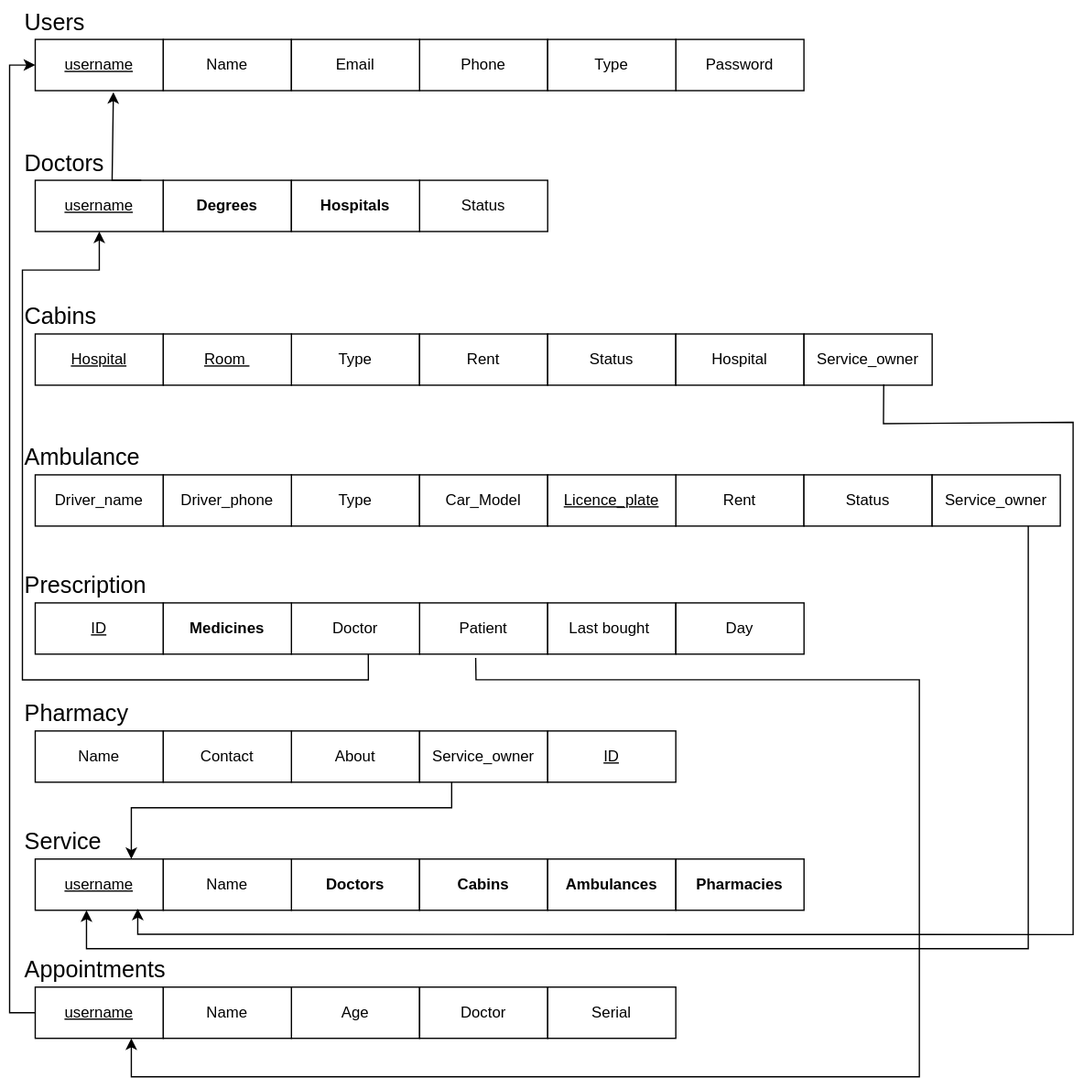
The draw.io diagram Medical Service Shema.drawio.svg in asiradnan/drawio, before a commit. Source tidied: cells renumbered, new cells last; positions are measured from the earlier drawing's top-left corner, leaving out a move shared by most shapes. Its diagram source:
```xml
<mxGraphModel>
  <root>
    <mxCell id="0" />
    <mxCell id="1" parent="0" />
    <mxCell id="2" value="&lt;font style=&quot;font-size: 18px;&quot;&gt;Users&lt;/font&gt;" style="text;whiteSpace=wrap;html=1;" parent="1" vertex="1">
      <mxGeometry x="10" width="60" height="40" as="geometry" />
    </mxCell>
    <mxCell id="3" value="&lt;u style=&quot;border-color: var(--border-color);&quot;&gt;username&lt;/u&gt;" style="whiteSpace=wrap;html=1;align=center;" parent="1" vertex="1">
      <mxGeometry x="20" y="30" width="100" height="40" as="geometry" />
    </mxCell>
    <mxCell id="4" value="Phone" style="whiteSpace=wrap;html=1;align=center;" parent="1" vertex="1">
      <mxGeometry x="319.9" y="30" width="100" height="40" as="geometry" />
    </mxCell>
    <mxCell id="5" value="Name" style="whiteSpace=wrap;html=1;align=center;" parent="1" vertex="1">
      <mxGeometry x="119.9" y="30" width="100" height="40" as="geometry" />
    </mxCell>
    <mxCell id="6" value="Password" style="whiteSpace=wrap;html=1;align=center;" parent="1" vertex="1">
      <mxGeometry x="519.9" y="30" width="100" height="40" as="geometry" />
    </mxCell>
    <mxCell id="7" value="Type" style="whiteSpace=wrap;html=1;align=center;" parent="1" vertex="1">
      <mxGeometry x="419.9" y="30" width="100" height="40" as="geometry" />
    </mxCell>
    <mxCell id="8" value="Email" style="whiteSpace=wrap;html=1;align=center;" parent="1" vertex="1">
      <mxGeometry x="219.9" y="30" width="100" height="40" as="geometry" />
    </mxCell>
    <mxCell id="9" value="&lt;font style=&quot;font-size: 18px;&quot;&gt;Doctors&lt;/font&gt;" style="text;whiteSpace=wrap;html=1;" parent="1" vertex="1">
      <mxGeometry x="10" y="110" width="60" height="40" as="geometry" />
    </mxCell>
    <mxCell id="10" value="&lt;u style=&quot;border-color: var(--border-color);&quot;&gt;username&lt;/u&gt;" style="whiteSpace=wrap;html=1;align=center;" parent="1" vertex="1">
      <mxGeometry x="20" y="140" width="100" height="40" as="geometry" />
    </mxCell>
    <mxCell id="11" value="Status" style="whiteSpace=wrap;html=1;align=center;" parent="1" vertex="1">
      <mxGeometry x="319.9" y="140" width="100" height="40" as="geometry" />
    </mxCell>
    <mxCell id="12" value="&lt;b&gt;Degrees&lt;/b&gt;" style="whiteSpace=wrap;html=1;align=center;" parent="1" vertex="1">
      <mxGeometry x="119.9" y="140" width="100" height="40" as="geometry" />
    </mxCell>
    <mxCell id="13" value="&lt;b&gt;Hospitals&lt;/b&gt;" style="whiteSpace=wrap;html=1;align=center;" parent="1" vertex="1">
      <mxGeometry x="219.9" y="140" width="100" height="40" as="geometry" />
    </mxCell>
    <mxCell id="14" value="&lt;span style=&quot;font-size: 18px;&quot;&gt;Cabins&lt;/span&gt;" style="text;whiteSpace=wrap;html=1;" parent="1" vertex="1">
      <mxGeometry x="10" y="230" width="60" height="40" as="geometry" />
    </mxCell>
    <mxCell id="15" value="&lt;u&gt;Hospital&lt;/u&gt;" style="whiteSpace=wrap;html=1;align=center;" parent="1" vertex="1">
      <mxGeometry x="20" y="260" width="100" height="40" as="geometry" />
    </mxCell>
    <mxCell id="16" value="Type" style="whiteSpace=wrap;html=1;align=center;" parent="1" vertex="1">
      <mxGeometry x="219.9" y="260" width="100" height="40" as="geometry" />
    </mxCell>
    <mxCell id="17" value="&lt;u&gt;Room&amp;nbsp;&lt;/u&gt;" style="whiteSpace=wrap;html=1;align=center;" parent="1" vertex="1">
      <mxGeometry x="119.9" y="260" width="100" height="40" as="geometry" />
    </mxCell>
    <mxCell id="18" value="Rent" style="whiteSpace=wrap;html=1;align=center;" parent="1" vertex="1">
      <mxGeometry x="319.9" y="260" width="100" height="40" as="geometry" />
    </mxCell>
    <mxCell id="19" value="Status" style="whiteSpace=wrap;html=1;align=center;" parent="1" vertex="1">
      <mxGeometry x="419.9" y="260" width="100" height="40" as="geometry" />
    </mxCell>
    <mxCell id="20" value="&lt;span style=&quot;font-size: 18px;&quot;&gt;Ambulance&lt;/span&gt;" style="text;whiteSpace=wrap;html=1;" parent="1" vertex="1">
      <mxGeometry x="10" y="340" width="60" height="40" as="geometry" />
    </mxCell>
    <mxCell id="21" value="Driver_name" style="whiteSpace=wrap;html=1;align=center;" parent="1" vertex="1">
      <mxGeometry x="20" y="370" width="100" height="40" as="geometry" />
    </mxCell>
    <mxCell id="22" value="Type" style="whiteSpace=wrap;html=1;align=center;" parent="1" vertex="1">
      <mxGeometry x="219.9" y="370" width="100" height="40" as="geometry" />
    </mxCell>
    <mxCell id="23" value="Driver_phone" style="whiteSpace=wrap;html=1;align=center;" parent="1" vertex="1">
      <mxGeometry x="119.9" y="370" width="100" height="40" as="geometry" />
    </mxCell>
    <mxCell id="24" value="Rent" style="whiteSpace=wrap;html=1;align=center;" parent="1" vertex="1">
      <mxGeometry x="519.9" y="370" width="100" height="40" as="geometry" />
    </mxCell>
    <mxCell id="25" value="Status" style="whiteSpace=wrap;html=1;align=center;" parent="1" vertex="1">
      <mxGeometry x="619.9" y="370" width="100" height="40" as="geometry" />
    </mxCell>
    <mxCell id="26" value="Car_Model" style="whiteSpace=wrap;html=1;align=center;" parent="1" vertex="1">
      <mxGeometry x="319.9" y="370" width="100" height="40" as="geometry" />
    </mxCell>
    <mxCell id="27" value="&lt;span style=&quot;font-size: 18px;&quot;&gt;Prescription&lt;/span&gt;" style="text;whiteSpace=wrap;html=1;" parent="1" vertex="1">
      <mxGeometry x="10" y="440" width="60" height="40" as="geometry" />
    </mxCell>
    <mxCell id="28" value="&lt;u&gt;ID&lt;/u&gt;" style="whiteSpace=wrap;html=1;align=center;" parent="1" vertex="1">
      <mxGeometry x="20" y="470" width="100" height="40" as="geometry" />
    </mxCell>
    <mxCell id="29" value="&lt;u&gt;Licence_plate&lt;/u&gt;" style="whiteSpace=wrap;html=1;align=center;" parent="1" vertex="1">
      <mxGeometry x="419.9" y="370" width="100" height="40" as="geometry" />
    </mxCell>
    <mxCell id="30" value="Patient" style="whiteSpace=wrap;html=1;align=center;" parent="1" vertex="1">
      <mxGeometry x="319.9" y="470" width="100" height="40" as="geometry" />
    </mxCell>
    <mxCell id="31" value="Doctor" style="whiteSpace=wrap;html=1;align=center;" parent="1" vertex="1">
      <mxGeometry x="219.9" y="470" width="100" height="40" as="geometry" />
    </mxCell>
    <mxCell id="32" value="Last bought&amp;nbsp;" style="whiteSpace=wrap;html=1;align=center;" parent="1" vertex="1">
      <mxGeometry x="419.9" y="470" width="100" height="40" as="geometry" />
    </mxCell>
    <mxCell id="33" value="Day" style="whiteSpace=wrap;html=1;align=center;" parent="1" vertex="1">
      <mxGeometry x="520" y="470" width="100" height="40" as="geometry" />
    </mxCell>
    <mxCell id="34" value="&lt;b&gt;Medicines&lt;/b&gt;" style="whiteSpace=wrap;html=1;align=center;" parent="1" vertex="1">
      <mxGeometry x="119.9" y="470" width="100" height="40" as="geometry" />
    </mxCell>
    <mxCell id="35" value="&lt;span style=&quot;font-size: 18px;&quot;&gt;Pharmacy&lt;/span&gt;" style="text;whiteSpace=wrap;html=1;" parent="1" vertex="1">
      <mxGeometry x="10" y="540" width="60" height="40" as="geometry" />
    </mxCell>
    <mxCell id="36" value="Name" style="whiteSpace=wrap;html=1;align=center;" parent="1" vertex="1">
      <mxGeometry x="20" y="570" width="100" height="40" as="geometry" />
    </mxCell>
    <mxCell id="37" value="About" style="whiteSpace=wrap;html=1;align=center;" parent="1" vertex="1">
      <mxGeometry x="219.9" y="570" width="100" height="40" as="geometry" />
    </mxCell>
    <mxCell id="38" value="Contact" style="whiteSpace=wrap;html=1;align=center;" parent="1" vertex="1">
      <mxGeometry x="119.9" y="570" width="100" height="40" as="geometry" />
    </mxCell>
    <mxCell id="39" value="&lt;span style=&quot;font-size: 18px;&quot;&gt;Service&lt;/span&gt;" style="text;whiteSpace=wrap;html=1;" parent="1" vertex="1">
      <mxGeometry x="10" y="640" width="60" height="40" as="geometry" />
    </mxCell>
    <mxCell id="40" value="&lt;u&gt;username&lt;/u&gt;" style="whiteSpace=wrap;html=1;align=center;" parent="1" vertex="1">
      <mxGeometry x="20" y="670" width="100" height="40" as="geometry" />
    </mxCell>
    <mxCell id="41" value="&lt;b&gt;Doctors&lt;/b&gt;" style="whiteSpace=wrap;html=1;align=center;" parent="1" vertex="1">
      <mxGeometry x="219.9" y="670" width="100" height="40" as="geometry" />
    </mxCell>
    <mxCell id="42" value="Name" style="whiteSpace=wrap;html=1;align=center;" parent="1" vertex="1">
      <mxGeometry x="119.9" y="670" width="100" height="40" as="geometry" />
    </mxCell>
    <mxCell id="43" value="&lt;b&gt;Cabins&lt;/b&gt;" style="whiteSpace=wrap;html=1;align=center;" parent="1" vertex="1">
      <mxGeometry x="319.9" y="670" width="100" height="40" as="geometry" />
    </mxCell>
    <mxCell id="44" value="&lt;b&gt;Ambulances&lt;/b&gt;" style="whiteSpace=wrap;html=1;align=center;" parent="1" vertex="1">
      <mxGeometry x="419.9" y="670" width="100" height="40" as="geometry" />
    </mxCell>
    <mxCell id="45" value="&lt;b&gt;Pharmacies&lt;/b&gt;" style="whiteSpace=wrap;html=1;align=center;" parent="1" vertex="1">
      <mxGeometry x="520" y="670" width="100" height="40" as="geometry" />
    </mxCell>
    <mxCell id="46" value="Hospital" style="whiteSpace=wrap;html=1;align=center;" parent="1" vertex="1">
      <mxGeometry x="519.9" y="260" width="100" height="40" as="geometry" />
    </mxCell>
    <mxCell id="47" value="Service_owner" style="whiteSpace=wrap;html=1;align=center;" parent="1" vertex="1">
      <mxGeometry x="620" y="260" width="100" height="40" as="geometry" />
    </mxCell>
    <mxCell id="48" value="Service_owner" style="whiteSpace=wrap;html=1;align=center;" parent="1" vertex="1">
      <mxGeometry x="720" y="370" width="100" height="40" as="geometry" />
    </mxCell>
    <mxCell id="49" value="Service_owner" style="whiteSpace=wrap;html=1;align=center;" parent="1" vertex="1">
      <mxGeometry x="320" y="570" width="100" height="40" as="geometry" />
    </mxCell>
    <mxCell id="50" style="endArrow=classic;html=1;rounded=0;entryX=0.75;entryY=1;entryDx=0;entryDy=0;exitX=0.622;exitY=0.982;exitDx=0;exitDy=0;exitPerimeter=0;" parent="1" edge="1" source="47">
      <mxGeometry relative="1" as="geometry">
        <mxPoint x="100" y="708.8" as="targetPoint" />
        <Array as="points">
          <mxPoint x="682" y="330" />
          <mxPoint x="830" y="329" />
          <mxPoint x="830" y="729" />
          <mxPoint x="100" y="728.8" />
        </Array>
      </mxGeometry>
    </mxCell>
    <mxCell id="51" style="endArrow=classic;html=1;rounded=0;" parent="1" edge="1">
      <mxGeometry relative="1" as="geometry">
        <mxPoint x="795" y="410" as="sourcePoint" />
        <mxPoint x="60" y="710" as="targetPoint" />
        <Array as="points">
          <mxPoint x="795" y="740" />
          <mxPoint x="60" y="740" />
        </Array>
      </mxGeometry>
    </mxCell>
    <mxCell id="52" style="endArrow=classic;html=1;rounded=0;exitX=0.25;exitY=1;exitDx=0;exitDy=0;entryX=0.75;entryY=0;entryDx=0;entryDy=0;" parent="1" edge="1" source="49" target="40">
      <mxGeometry relative="1" as="geometry">
        <Array as="points">
          <mxPoint x="345" y="630" />
          <mxPoint x="95" y="630" />
        </Array>
      </mxGeometry>
    </mxCell>
    <mxCell id="53" style="endArrow=classic;html=1;rounded=0;exitX=0.5;exitY=1;exitDx=0;exitDy=0;" parent="1" edge="1">
      <mxGeometry relative="1" as="geometry">
        <mxPoint x="279.9" y="510.1" as="sourcePoint" />
        <mxPoint x="70" y="180" as="targetPoint" />
        <Array as="points">
          <mxPoint x="280" y="530.1" />
          <mxPoint x="160" y="530.1" />
          <mxPoint x="10" y="530.1" />
          <mxPoint x="10" y="210.1" />
          <mxPoint x="70" y="210.1" />
        </Array>
      </mxGeometry>
    </mxCell>
    <mxCell id="54" value="&lt;u&gt;ID&lt;/u&gt;" style="whiteSpace=wrap;html=1;align=center;" parent="1" vertex="1">
      <mxGeometry x="419.9" y="570" width="100" height="40" as="geometry" />
    </mxCell>
    <mxCell id="55" value="&lt;span style=&quot;font-size: 18px;&quot;&gt;Appointments&lt;/span&gt;" style="text;whiteSpace=wrap;html=1;" parent="1" vertex="1">
      <mxGeometry x="10" y="740" width="60" height="40" as="geometry" />
    </mxCell>
    <mxCell id="56" value="&lt;u&gt;username&lt;/u&gt;" style="whiteSpace=wrap;html=1;align=center;" parent="1" vertex="1">
      <mxGeometry x="20" y="770" width="100" height="40" as="geometry" />
    </mxCell>
    <mxCell id="57" value="Age" style="whiteSpace=wrap;html=1;align=center;" parent="1" vertex="1">
      <mxGeometry x="219.9" y="770" width="100" height="40" as="geometry" />
    </mxCell>
    <mxCell id="58" value="Name" style="whiteSpace=wrap;html=1;align=center;" parent="1" vertex="1">
      <mxGeometry x="119.9" y="770" width="100" height="40" as="geometry" />
    </mxCell>
    <mxCell id="59" value="Doctor" style="whiteSpace=wrap;html=1;align=center;" parent="1" vertex="1">
      <mxGeometry x="320" y="770" width="100" height="40" as="geometry" />
    </mxCell>
    <mxCell id="60" value="Serial" style="whiteSpace=wrap;html=1;align=center;" parent="1" vertex="1">
      <mxGeometry x="419.9" y="770" width="100" height="40" as="geometry" />
    </mxCell>
    <mxCell id="61" style="endArrow=classic;html=1;rounded=0;exitX=0;exitY=0.5;exitDx=0;exitDy=0;entryX=0;entryY=0.5;entryDx=0;entryDy=0;" parent="1" edge="1" source="56" target="3">
      <mxGeometry relative="1" as="geometry">
        <Array as="points">
          <mxPoint y="790" />
          <mxPoint y="410" />
          <mxPoint y="50" />
        </Array>
      </mxGeometry>
    </mxCell>
    <mxCell id="62" style="edgeStyle=orthogonalEdgeStyle;rounded=0;jettySize=auto;html=1;exitX=0.827;exitY=0;exitDx=0;exitDy=0;entryX=0.61;entryY=1.028;entryDx=0;entryDy=0;entryPerimeter=0;exitPerimeter=0;" parent="1" edge="1" source="10" target="3">
      <mxGeometry relative="1" as="geometry">
        <Array as="points">
          <mxPoint x="80" y="140" />
          <mxPoint x="80" y="71" />
        </Array>
      </mxGeometry>
    </mxCell>
    <mxCell id="63" style="endArrow=classic;html=1;rounded=0;exitX=0.438;exitY=1.076;exitDx=0;exitDy=0;exitPerimeter=0;entryX=0.75;entryY=1;entryDx=0;entryDy=0;" parent="1" edge="1" source="30" target="56">
      <mxGeometry relative="1" as="geometry">
        <Array as="points">
          <mxPoint x="364" y="530" />
          <mxPoint x="710" y="530" />
          <mxPoint x="710" y="840" />
          <mxPoint x="95" y="840" />
        </Array>
      </mxGeometry>
    </mxCell>
  </root>
</mxGraphModel>
```
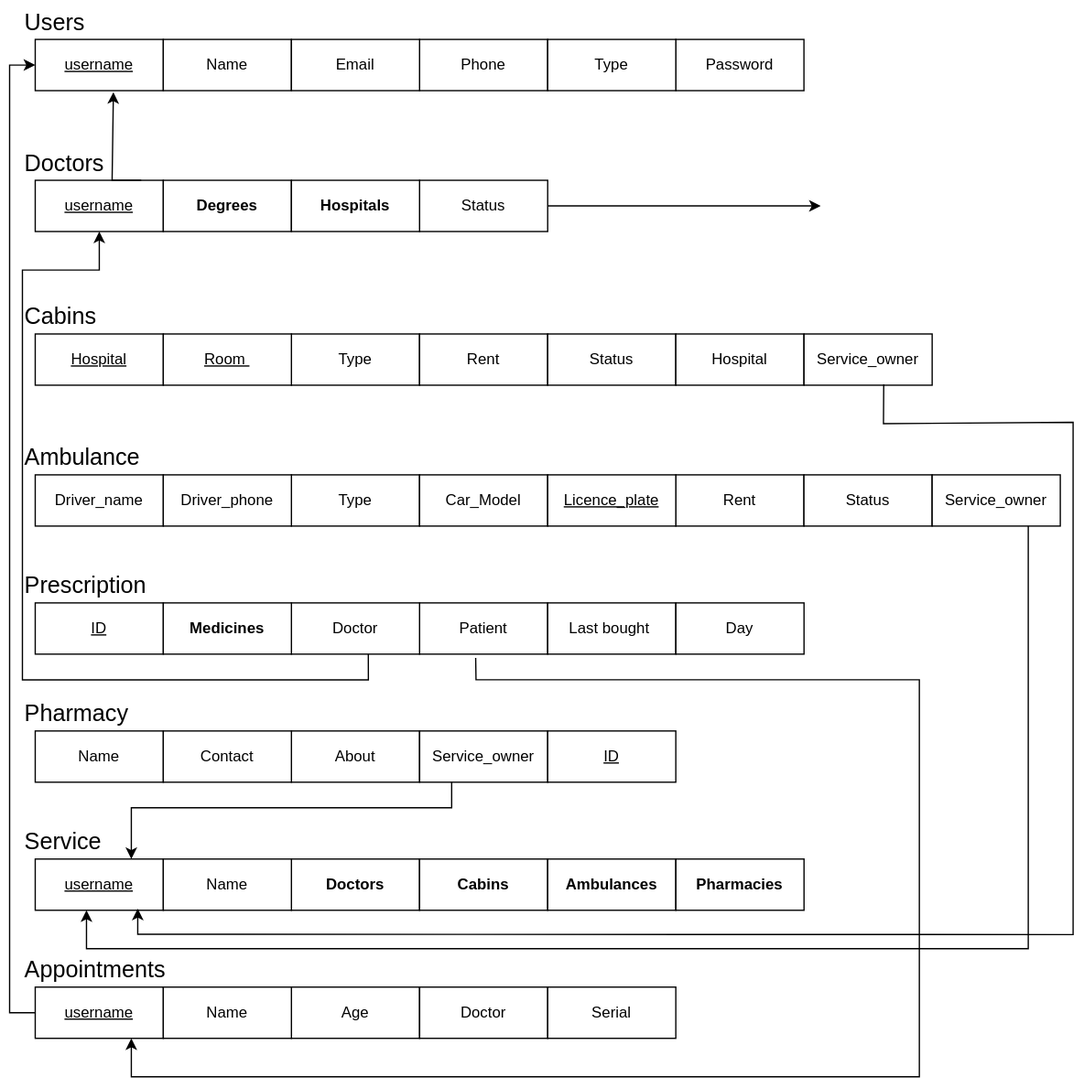
After the commit.

Diff of the diagram source:
```diff
@@ -236,5 +236,10 @@
         </Array>
       </mxGeometry>
     </mxCell>
+    <mxCell id="64" style="endArrow=classic;html=1;rounded=0;exitX=1;exitY=0.5;exitDx=0;exitDy=0;" parent="1" edge="1" source="11">
+      <mxGeometry relative="1" as="geometry">
+        <mxPoint x="633" y="160" as="targetPoint" />
+      </mxGeometry>
+    </mxCell>
   </root>
 </mxGraphModel>
```
